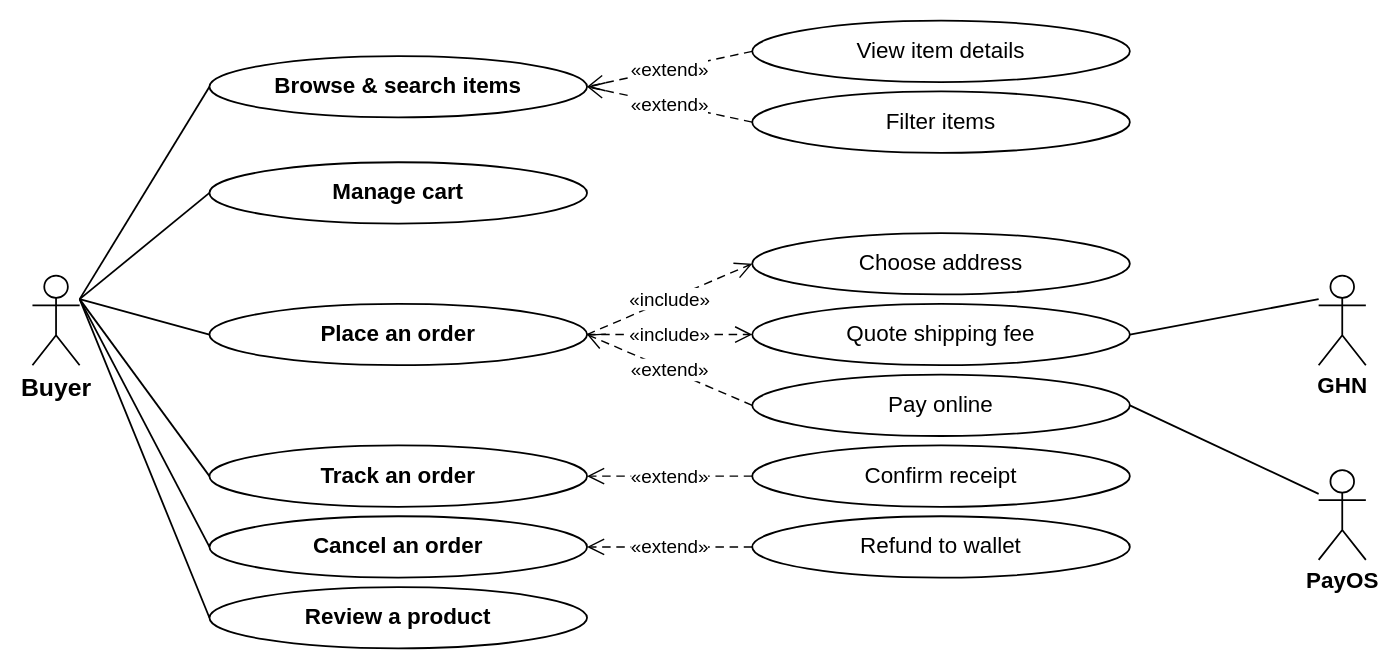
Before: page "UC02 Buying" (2 of 13) of docs/system-design/drawio/12-slide-diagrams.drawio in tdat-dev/Zoldify_Backend, a draw.io diagram. Source tidied: cells renumbered, new cells numbered last; positions are measured from the earlier drawing's top-left corner, leaving out a move shared by most shapes. Both pictures are drawn from the tidied source at 118%, with x=0, y=0 at pixel (32, 20).
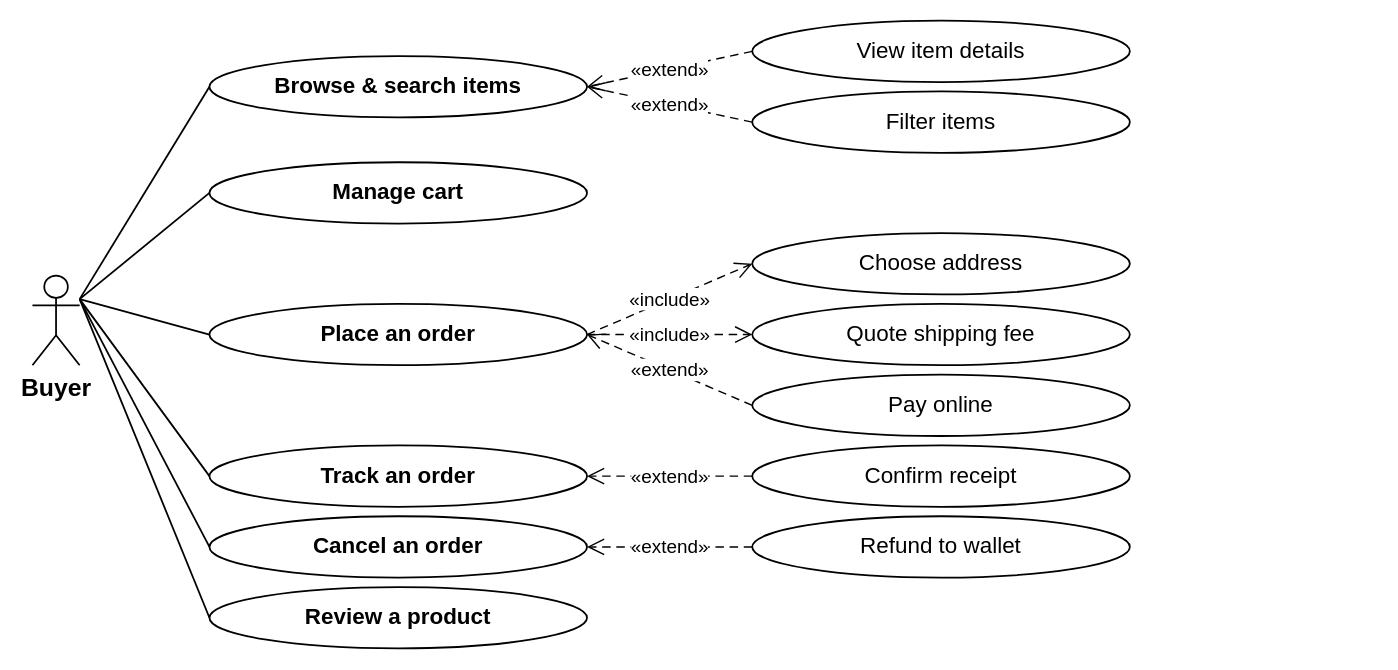
Above is the later version.

Unchanged cells that the change refers to:
```xml
<mxCell id="15" value="Quote shipping fee" style="ellipse;whiteSpace=wrap;html=1;fontSize=19;fontStyle=0;fillColor=#FFFFFF;strokeColor=#000000;strokeWidth=1.5;spacing=2;fontFamily=Helvetica;fontColor=#000000;" parent="1" vertex="1">
  <mxGeometry x="610" y="240" width="320" height="52" as="geometry" />
</mxCell>
<mxCell id="17" value="Pay online" style="ellipse;whiteSpace=wrap;html=1;fontSize=19;fontStyle=0;fillColor=#FFFFFF;strokeColor=#000000;strokeWidth=1.5;spacing=2;fontFamily=Helvetica;fontColor=#000000;" parent="1" vertex="1">
  <mxGeometry x="610" y="300" width="320" height="52" as="geometry" />
</mxCell>
```

The edit, as a diff of the source:
```diff
@@
-    <mxCell id="29" value="GHN" style="shape=umlActor;verticalLabelPosition=bottom;verticalAlign=top;html=1;outlineConnect=0;fontSize=19;fontStyle=1;fillColor=#FFFFFF;strokeColor=#000000;strokeWidth=1.5;fontFamily=Helvetica;fontColor=#000000;" parent="1" vertex="1">
-      <mxGeometry x="1090" y="216" width="40" height="76" as="geometry" />
-    </mxCell>
-    <mxCell id="30" style="edgeStyle=none;html=1;rounded=0;endArrow=none;strokeColor=#000000;strokeWidth=1.5;exitX=1.0000;exitY=0.5000;exitDx=0;exitDy=0;exitPerimeter=0;entryX=0.0000;entryY=0.2632;entryDx=0;entryDy=0;entryPerimeter=0;" parent="1" edge="1" source="15" target="29">
-      <mxGeometry relative="1" as="geometry" />
-    </mxCell>
-    <mxCell id="31" value="PayOS" style="shape=umlActor;verticalLabelPosition=bottom;verticalAlign=top;html=1;outlineConnect=0;fontSize=19;fontStyle=1;fillColor=#FFFFFF;strokeColor=#000000;strokeWidth=1.5;fontFamily=Helvetica;fontColor=#000000;" parent="1" vertex="1">
-      <mxGeometry x="1090" y="381" width="40" height="76" as="geometry" />
-    </mxCell>
-    <mxCell id="32" style="edgeStyle=none;html=1;rounded=0;endArrow=none;strokeColor=#000000;strokeWidth=1.5;exitX=1.0000;exitY=0.5000;exitDx=0;exitDy=0;exitPerimeter=0;entryX=0.0000;entryY=0.2632;entryDx=0;entryDy=0;entryPerimeter=0;" parent="1" edge="1" source="17" target="31">
-      <mxGeometry relative="1" as="geometry" />
-    </mxCell>
```
